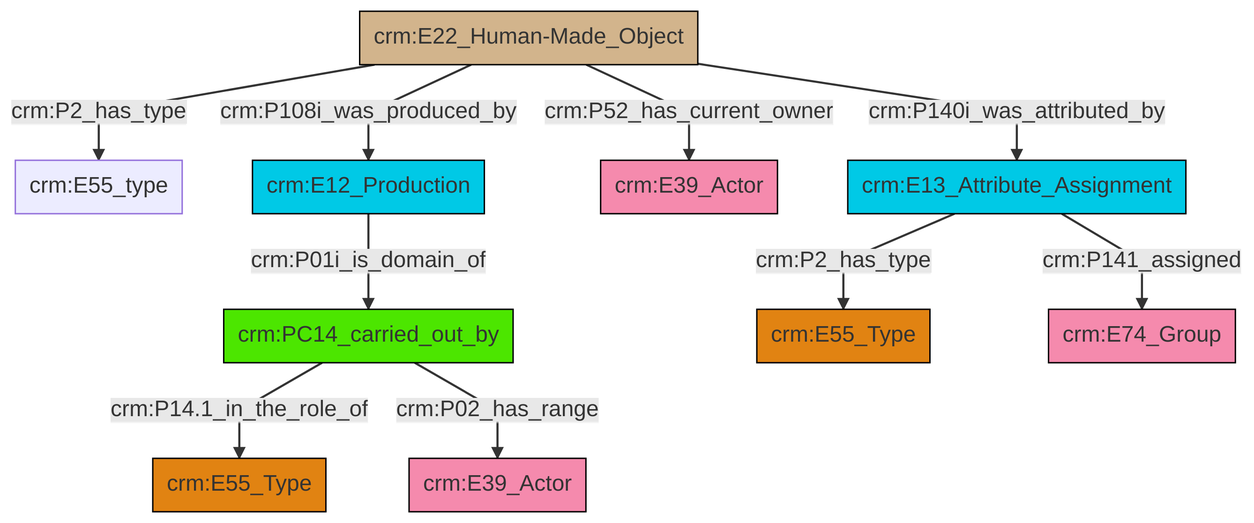
swiss-art-research-net/reference-data-models keeps this Mermaid diagram as et/builtWorkCSV/ttl/mmd/png/Built_Work_actor_relations.png. Above is the earlier version. Its source is kept beside it as et/builtWorkCSV/ttl/mmd/Built_Work_actor_relations.ttl.mmd.
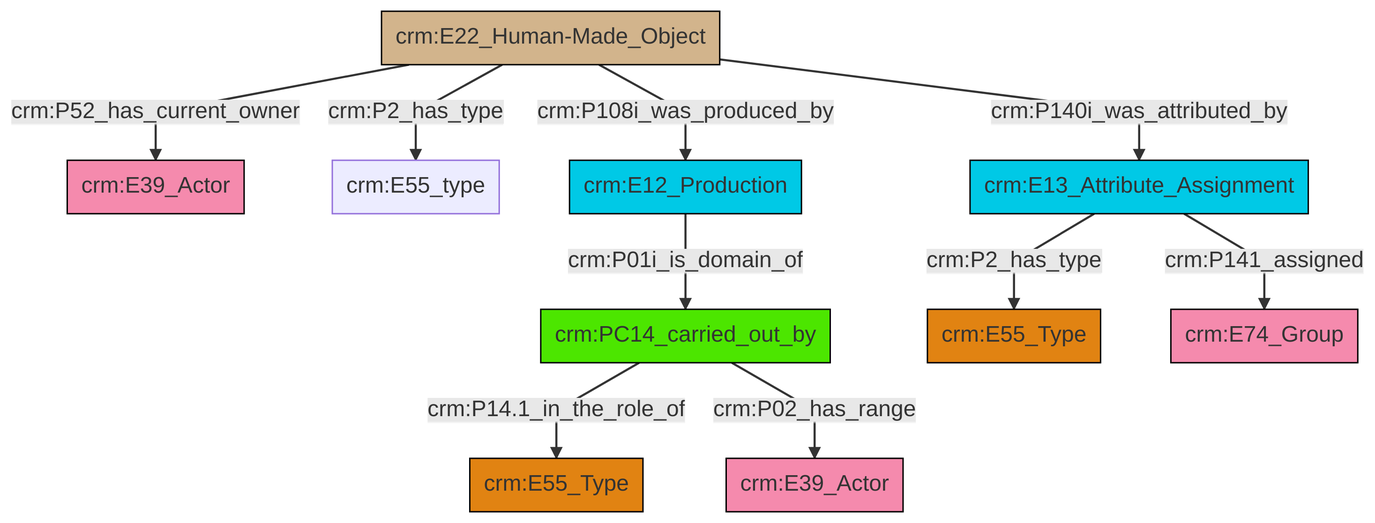
After the change.

Change to the diagram source:
```diff
@@ -13,12 +13,12 @@
 classDef PC_Classes fill:#4ce600, stroke:#000000;
 classDef Multi fill:#cccccc,stroke:#000000;
 
-0["crm:E13_Attribute_Assignment"]:::Temporal_Entity -->|crm:P2_has_type| 1["crm:E55_Type"]:::Type
-7["crm:E22_Human-Made_Object"]:::Physical_Thing -->|crm:P2_has_type| 9["crm:E55_type"]:::Default
-11["crm:PC14_carried_out_by"]:::PC_Classes -->|crm:P14.1_in_the_role_of| 12["crm:E55_Type"]:::Type
-7["crm:E22_Human-Made_Object"]:::Physical_Thing -->|crm:P108i_was_produced_by| 5["crm:E12_Production"]:::Temporal_Entity
-0["crm:E13_Attribute_Assignment"]:::Temporal_Entity -->|crm:P141_assigned| 13["crm:E74_Group"]:::Actor
-7["crm:E22_Human-Made_Object"]:::Physical_Thing -->|crm:P52_has_current_owner| 2["crm:E39_Actor"]:::Actor
-7["crm:E22_Human-Made_Object"]:::Physical_Thing -->|crm:P140i_was_attributed_by| 0["crm:E13_Attribute_Assignment"]:::Temporal_Entity
-11["crm:PC14_carried_out_by"]:::PC_Classes -->|crm:P02_has_range| 18["crm:E39_Actor"]:::Actor
-5["crm:E12_Production"]:::Temporal_Entity -->|crm:P01i_is_domain_of| 11["crm:PC14_carried_out_by"]:::PC_Classes
+4["crm:E12_Production"]:::Temporal_Entity -->|crm:P01i_is_domain_of| 5["crm:PC14_carried_out_by"]:::PC_Classes
+5["crm:PC14_carried_out_by"]:::PC_Classes -->|crm:P14.1_in_the_role_of| 10["crm:E55_Type"]:::Type
+13["crm:E22_Human-Made_Object"]:::Physical_Thing -->|crm:P140i_was_attributed_by| 14["crm:E13_Attribute_Assignment"]:::Temporal_Entity
+13["crm:E22_Human-Made_Object"]:::Physical_Thing -->|crm:P52_has_current_owner| 0["crm:E39_Actor"]:::Actor
+13["crm:E22_Human-Made_Object"]:::Physical_Thing -->|crm:P2_has_type| 2["crm:E55_type"]:::Default
+13["crm:E22_Human-Made_Object"]:::Physical_Thing -->|crm:P108i_was_produced_by| 4["crm:E12_Production"]:::Temporal_Entity
+14["crm:E13_Attribute_Assignment"]:::Temporal_Entity -->|crm:P141_assigned| 15["crm:E74_Group"]:::Actor
+5["crm:PC14_carried_out_by"]:::PC_Classes -->|crm:P02_has_range| 8["crm:E39_Actor"]:::Actor
+14["crm:E13_Attribute_Assignment"]:::Temporal_Entity -->|crm:P2_has_type| 6["crm:E55_Type"]:::Type
```
